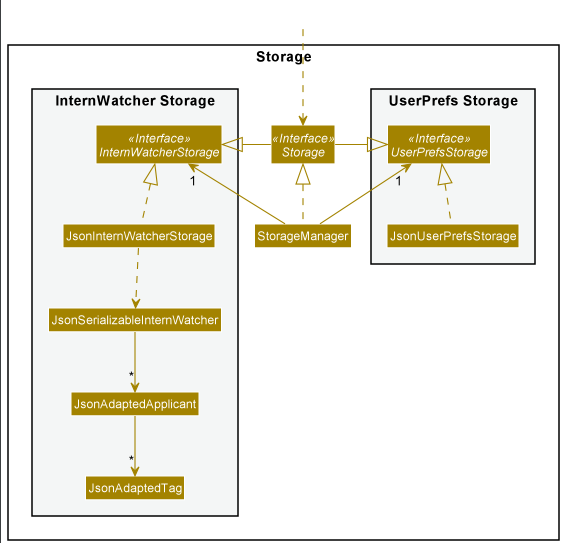
This is docs/images/StorageClassDiagram.png from yunpeng1234/tp, a PlantUML export, as it was before one commit. Its source is kept beside it as docs/diagrams/StorageClassDiagram.puml.
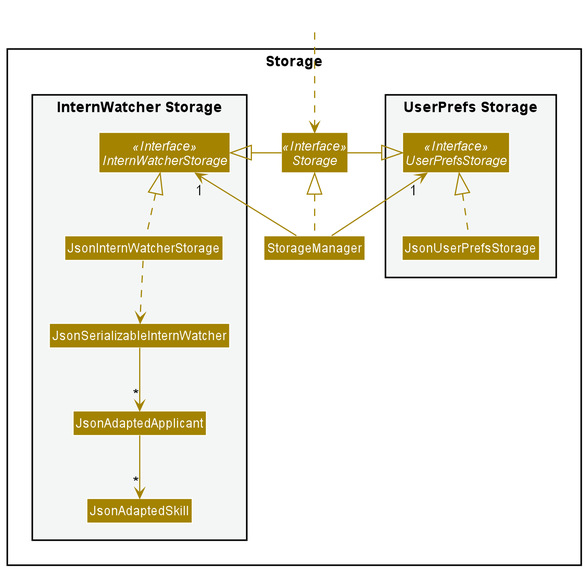
After the commit.

Commit message:
Fix Tag reference

Change to the diagram source:
```diff
@@ -19,7 +19,7 @@
 Class JsonInternWatcherStorage
 Class JsonSerializableInternWatcher
 Class JsonAdaptedApplicant
-Class JsonAdaptedTag
+Class JsonAdaptedSkill
 }
 
 }
@@ -38,5 +38,5 @@
 JsonInternWatcherStorage .up.|> InternWatcherStorage
 JsonInternWatcherStorage ..> JsonSerializableInternWatcher
 JsonSerializableInternWatcher --> "*" JsonAdaptedApplicant
-JsonAdaptedApplicant --> "*" JsonAdaptedTag
+JsonAdaptedApplicant --> "*" JsonAdaptedSkill
 @enduml
```
